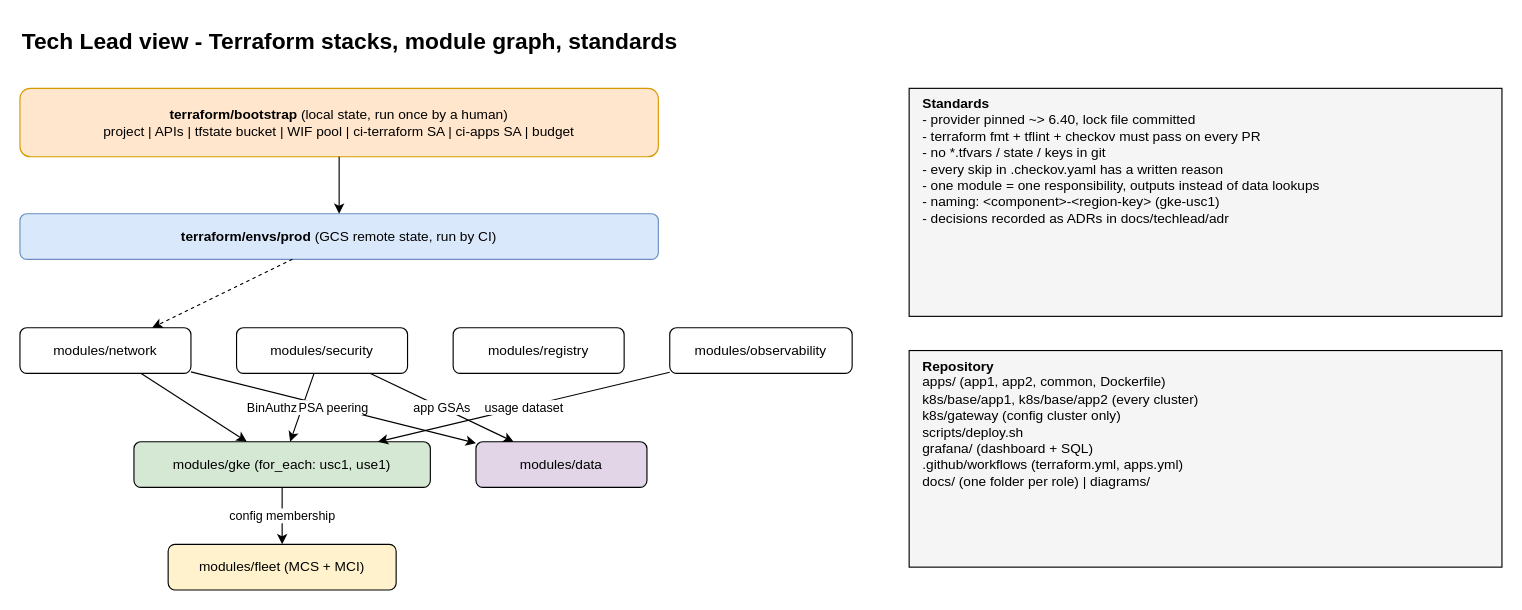
vamshikrishnagandu/gcp-gke-multicluster-platform keeps this draw.io diagram as diagrams/02-techlead-repo-and-modules.drawio. Above is the earlier version. Source tidied: cells renumbered, new cells numbered last; positions are measured from the earlier drawing's top-left corner, leaving out a move shared by most shapes. Both pictures are drawn from the tidied source at 114%, with x=0, y=0 at pixel (19, 19).
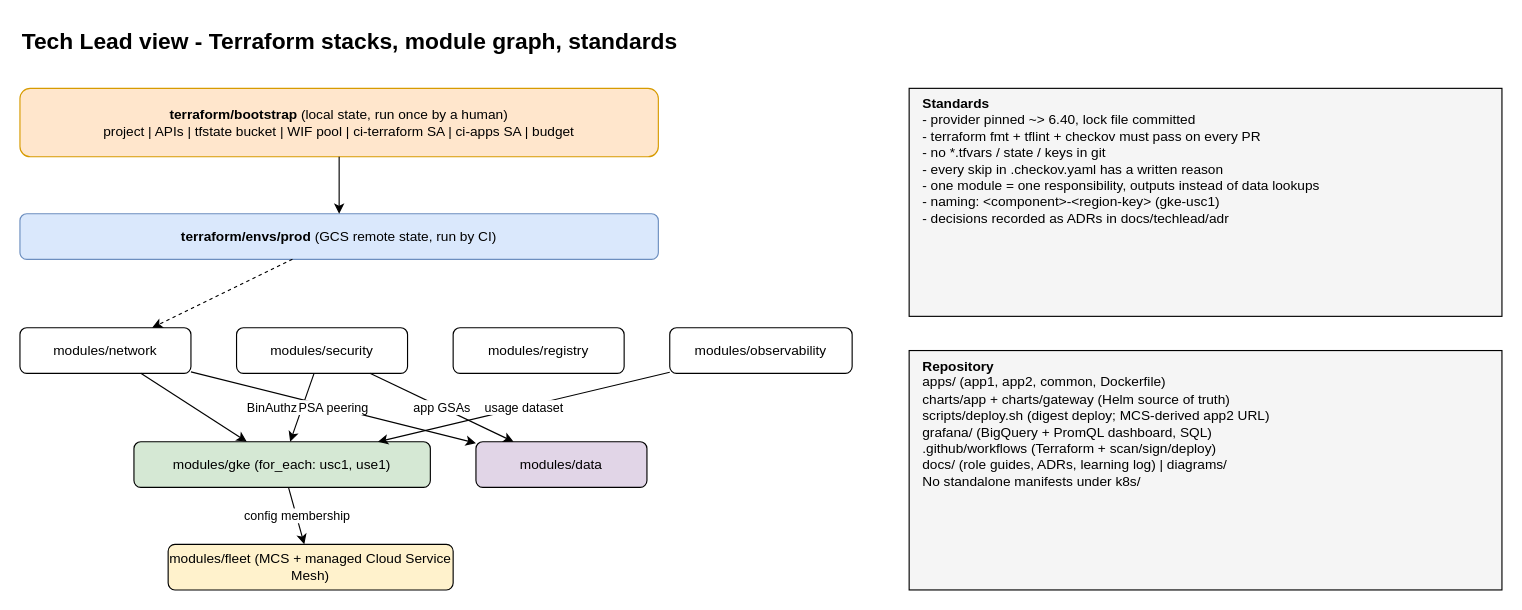
After the change.

Commit message (it also covers changes not shown here):
docs: sync platform docs and diagrams

What changed in the source:
```diff
@@
-    <mxCell id="11" value="modules/fleet (MCS + MCI)" style="rounded=1;whiteSpace=wrap;html=1;fillColor=#fff2cc;" parent="1" vertex="1">
-      <mxGeometry x="130" y="460" width="200" height="40" as="geometry" />
+    <mxCell id="11" value="modules/fleet (MCS + managed Cloud Service Mesh)" style="rounded=1;whiteSpace=wrap;html=1;fillColor=#fff2cc;" parent="1" vertex="1">
+      <mxGeometry x="130" y="460" width="250" height="40" as="geometry" />
     </mxCell>
@@
-    <mxCell id="21" value="&lt;b&gt;Repository&lt;/b&gt;&lt;br&gt;apps/ (app1, app2, common, Dockerfile)&lt;br&gt;k8s/base/app1, k8s/base/app2 (every cluster)&lt;br&gt;k8s/gateway (config cluster only)&lt;br&gt;scripts/deploy.sh&lt;br&gt;grafana/ (dashboard + SQL)&lt;br&gt;.github/workflows (terraform.yml, apps.yml)&lt;br&gt;docs/ (one folder per role) | diagrams/" style="rounded=0;whiteSpace=wrap;html=1;align=left;verticalAlign=top;spacingLeft=10;fillColor=#f5f5f5;" parent="1" vertex="1">
-      <mxGeometry x="780" y="290" width="520" height="190" as="geometry" />
+    <mxCell id="21" value="&lt;b&gt;Repository&lt;/b&gt;&lt;br&gt;apps/ (app1, app2, common, Dockerfile)&lt;br&gt;charts/app + charts/gateway (Helm source of truth)&lt;br&gt;scripts/deploy.sh (digest deploy; MCS-derived app2 URL)&lt;br&gt;grafana/ (BigQuery + PromQL dashboard, SQL)&lt;br&gt;.github/workflows (Terraform + scan/sign/deploy)&lt;br&gt;docs/ (role guides, ADRs, learning log) | diagrams/&lt;br&gt;No standalone manifests under k8s/" style="rounded=0;whiteSpace=wrap;html=1;align=left;verticalAlign=top;spacingLeft=10;fillColor=#f5f5f5;" parent="1" vertex="1">
+      <mxGeometry x="780" y="290" width="520" height="210" as="geometry" />
     </mxCell>
```
